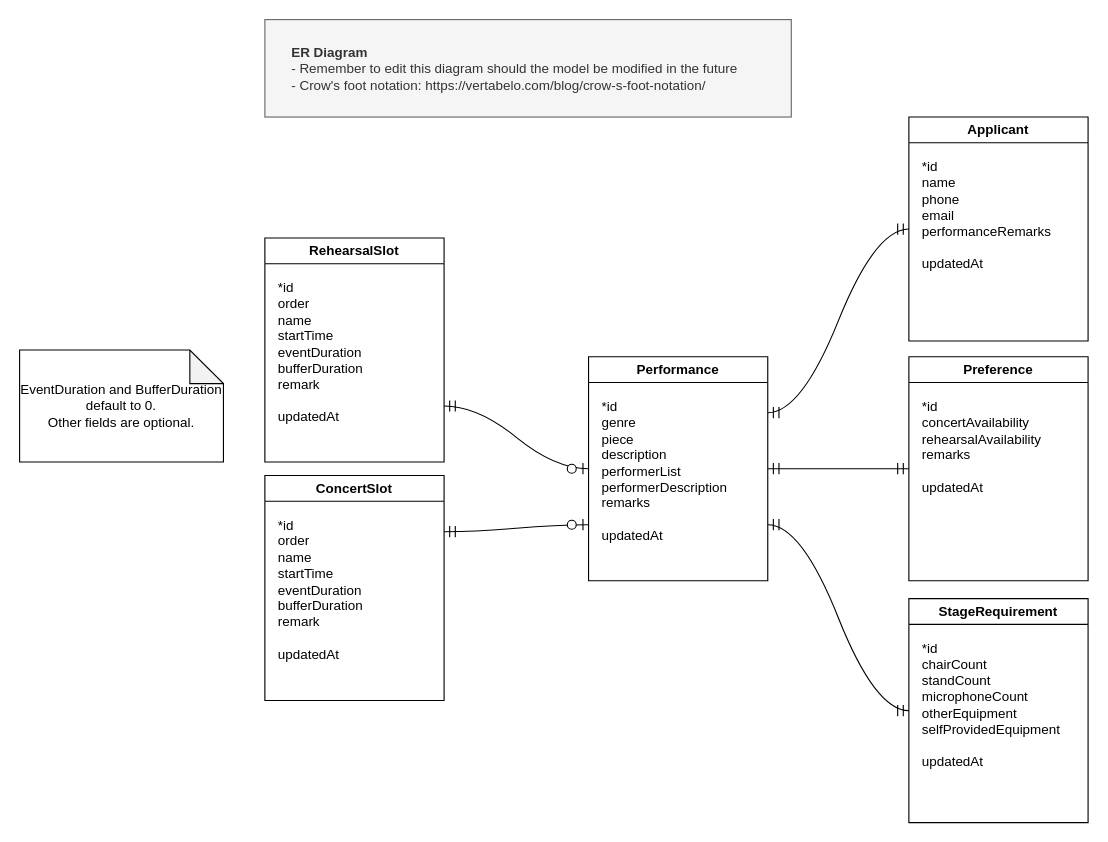
Above: page "entity-relation" (1 of 3) of docs/diagrams.drawio in honeycrux/ERGMusicConcertPlanner (draw.io), before the change. Source tidied: cells renumbered, new cells numbered last; positions are measured from the earlier drawing's top-left corner, leaving out a move shared by most shapes. Both pictures are drawn from the tidied source at 112%, with x=0, y=0 at pixel (19, 19).
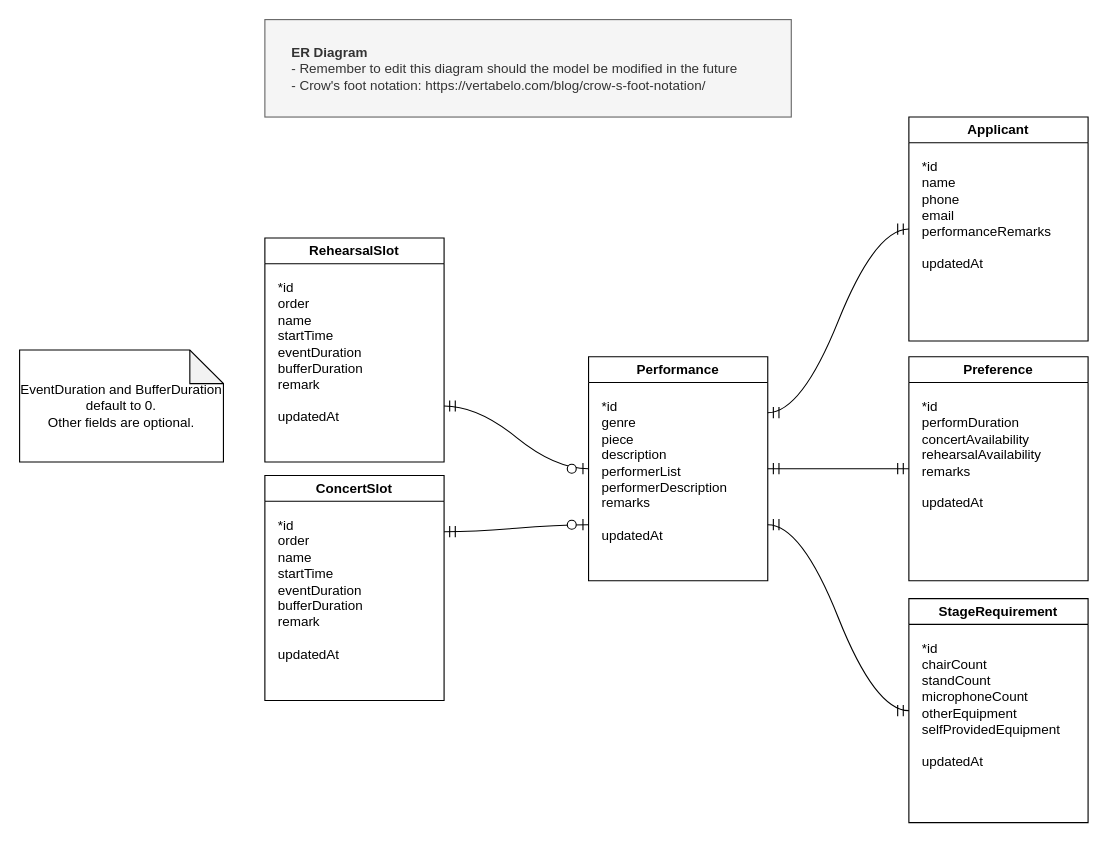
Above is the later version.

Unchanged cells that the change refers to:
```xml
<mxCell id="6" value="Preference" style="swimlane;whiteSpace=wrap;html=1;" parent="1" vertex="1">
  <mxGeometry x="794" y="301" width="160" height="200" as="geometry" />
</mxCell>
```

Change to the diagram source:
```diff
@@
-    <mxCell id="7" value="&lt;div&gt;*id&lt;/div&gt;&lt;div&gt;concertAvailability&lt;/div&gt;&lt;div&gt;rehearsalAvailability&lt;/div&gt;&lt;div&gt;remarks&lt;/div&gt;&lt;div&gt;&lt;br&gt;&lt;/div&gt;&lt;div&gt;updatedAt&lt;br&gt;&lt;/div&gt;" style="text;html=1;align=left;verticalAlign=top;strokeColor=none;fillColor=none;fontSize=12;" parent="6" vertex="1">
-      <mxGeometry x="10" y="31" width="125" height="98" as="geometry" />
+    <mxCell id="7" value="&lt;div&gt;*id&lt;/div&gt;&lt;div&gt;performDuration&lt;/div&gt;&lt;div&gt;concertAvailability&lt;/div&gt;&lt;div&gt;rehearsalAvailability&lt;/div&gt;&lt;div&gt;remarks&lt;/div&gt;&lt;div&gt;&lt;br&gt;&lt;/div&gt;&lt;div&gt;updatedAt&lt;br&gt;&lt;/div&gt;" style="text;html=1;align=left;verticalAlign=top;strokeColor=none;fillColor=none;fontSize=12;" parent="6" vertex="1">
+      <mxGeometry x="10" y="31" width="125" height="113" as="geometry" />
     </mxCell>
```
